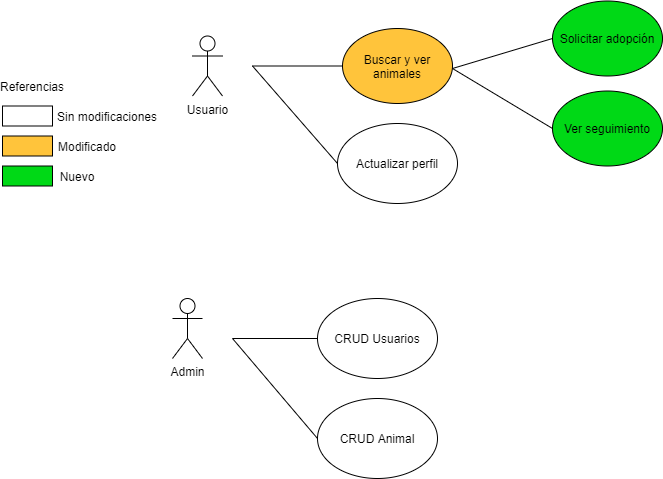
Above: Entregas/Entrega 2/DiagramaCasosDeUsoEntrega2.png in ezecarrascosa/refugio-docs (draw.io), before the change. Source tidied: cells renumbered, new cells last; positions are measured from the earlier drawing's top-left corner, leaving out a move shared by most shapes.
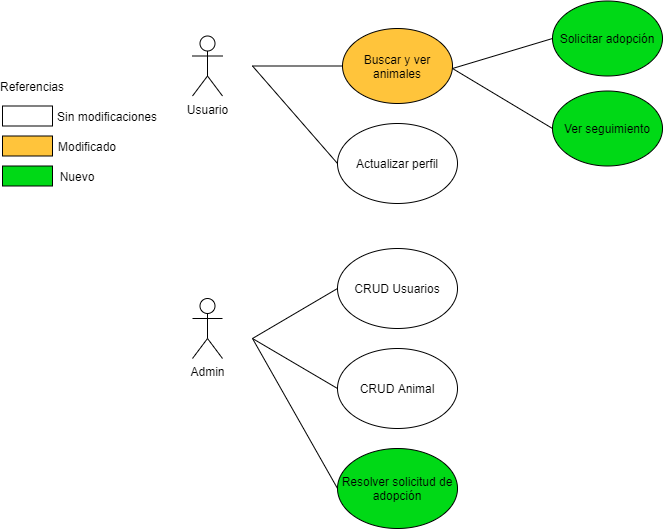
The same diagram one commit later.

Commit message:
diagrama casos de uso entrega 2

Diff of the diagram source:
```diff
@@ -33,23 +33,23 @@
       <mxGeometry x="335" y="123" width="120" height="80" as="geometry" />
     </mxCell>
     <mxCell id="12" value="Admin" style="shape=umlActor;verticalLabelPosition=bottom;labelBackgroundColor=#ffffff;verticalAlign=top;html=1;" parent="1" vertex="1">
-      <mxGeometry x="170" y="298" width="30" height="60" as="geometry" />
+      <mxGeometry x="190" y="298" width="30" height="60" as="geometry" />
     </mxCell>
     <mxCell id="13" style="endArrow=none;html=1;entryX=0;entryY=0.5;entryDx=0;entryDy=0;" parent="1" edge="1" target="16">
       <mxGeometry relative="1" as="geometry">
-        <mxPoint x="230" y="338" as="sourcePoint" />
+        <mxPoint x="250" y="338" as="sourcePoint" />
       </mxGeometry>
     </mxCell>
     <mxCell id="14" style="endArrow=none;html=1;exitX=0;exitY=0.5;exitDx=0;exitDy=0;" parent="1" edge="1" source="15">
       <mxGeometry relative="1" as="geometry">
-        <mxPoint x="230" y="338" as="targetPoint" />
+        <mxPoint x="250" y="338" as="targetPoint" />
       </mxGeometry>
     </mxCell>
     <mxCell id="15" value="CRUD Animal" style="ellipse;whiteSpace=wrap;html=1;fillColor=#FFFFFF;" parent="1" vertex="1">
-      <mxGeometry x="315" y="398" width="120" height="80" as="geometry" />
+      <mxGeometry x="335" y="348" width="120" height="80" as="geometry" />
     </mxCell>
     <mxCell id="16" value="CRUD Usuarios" style="ellipse;whiteSpace=wrap;html=1;fillColor=#FFFFFF;" parent="1" vertex="1">
-      <mxGeometry x="315" y="298" width="120" height="80" as="geometry" />
+      <mxGeometry x="335" y="248" width="120" height="80" as="geometry" />
     </mxCell>
     <mxCell id="17" style="endArrow=none;html=1;exitX=0;exitY=0.5;exitDx=0;exitDy=0;" parent="1" edge="1" source="11">
       <mxGeometry relative="1" as="geometry">
@@ -78,5 +78,13 @@
         <mxPoint x="450" y="68" as="sourcePoint" />
       </mxGeometry>
     </mxCell>
+    <mxCell id="23" value="Resolver solicitud de adopción" style="ellipse;whiteSpace=wrap;html=1;fillColor=#00D916;" parent="1" vertex="1">
+      <mxGeometry x="335" y="448" width="120" height="80" as="geometry" />
+    </mxCell>
+    <mxCell id="24" style="endArrow=none;html=1;exitX=0;exitY=0.5;exitDx=0;exitDy=0;" parent="1" edge="1" source="23">
+      <mxGeometry relative="1" as="geometry">
+        <mxPoint x="250" y="338" as="targetPoint" />
+      </mxGeometry>
+    </mxCell>
   </root>
 </mxGraphModel>
```
